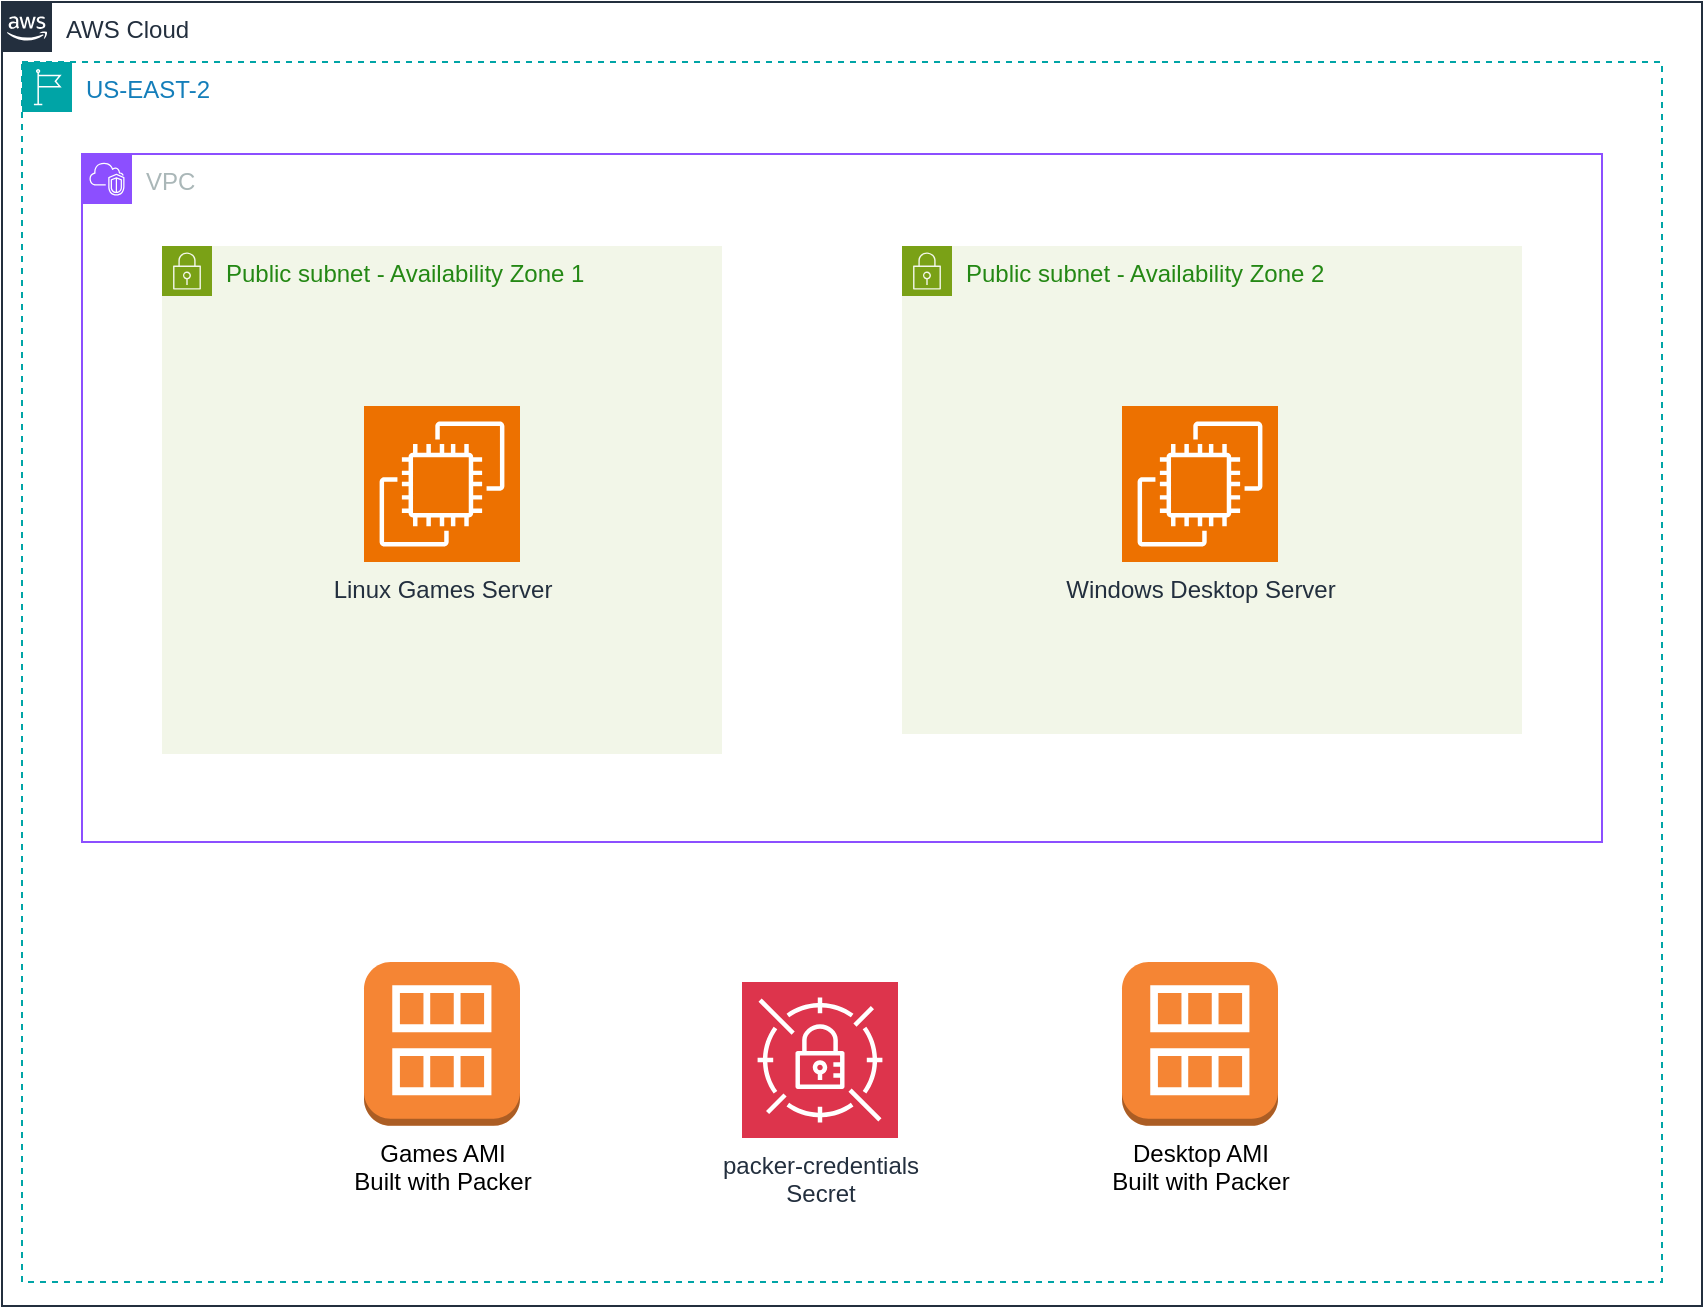
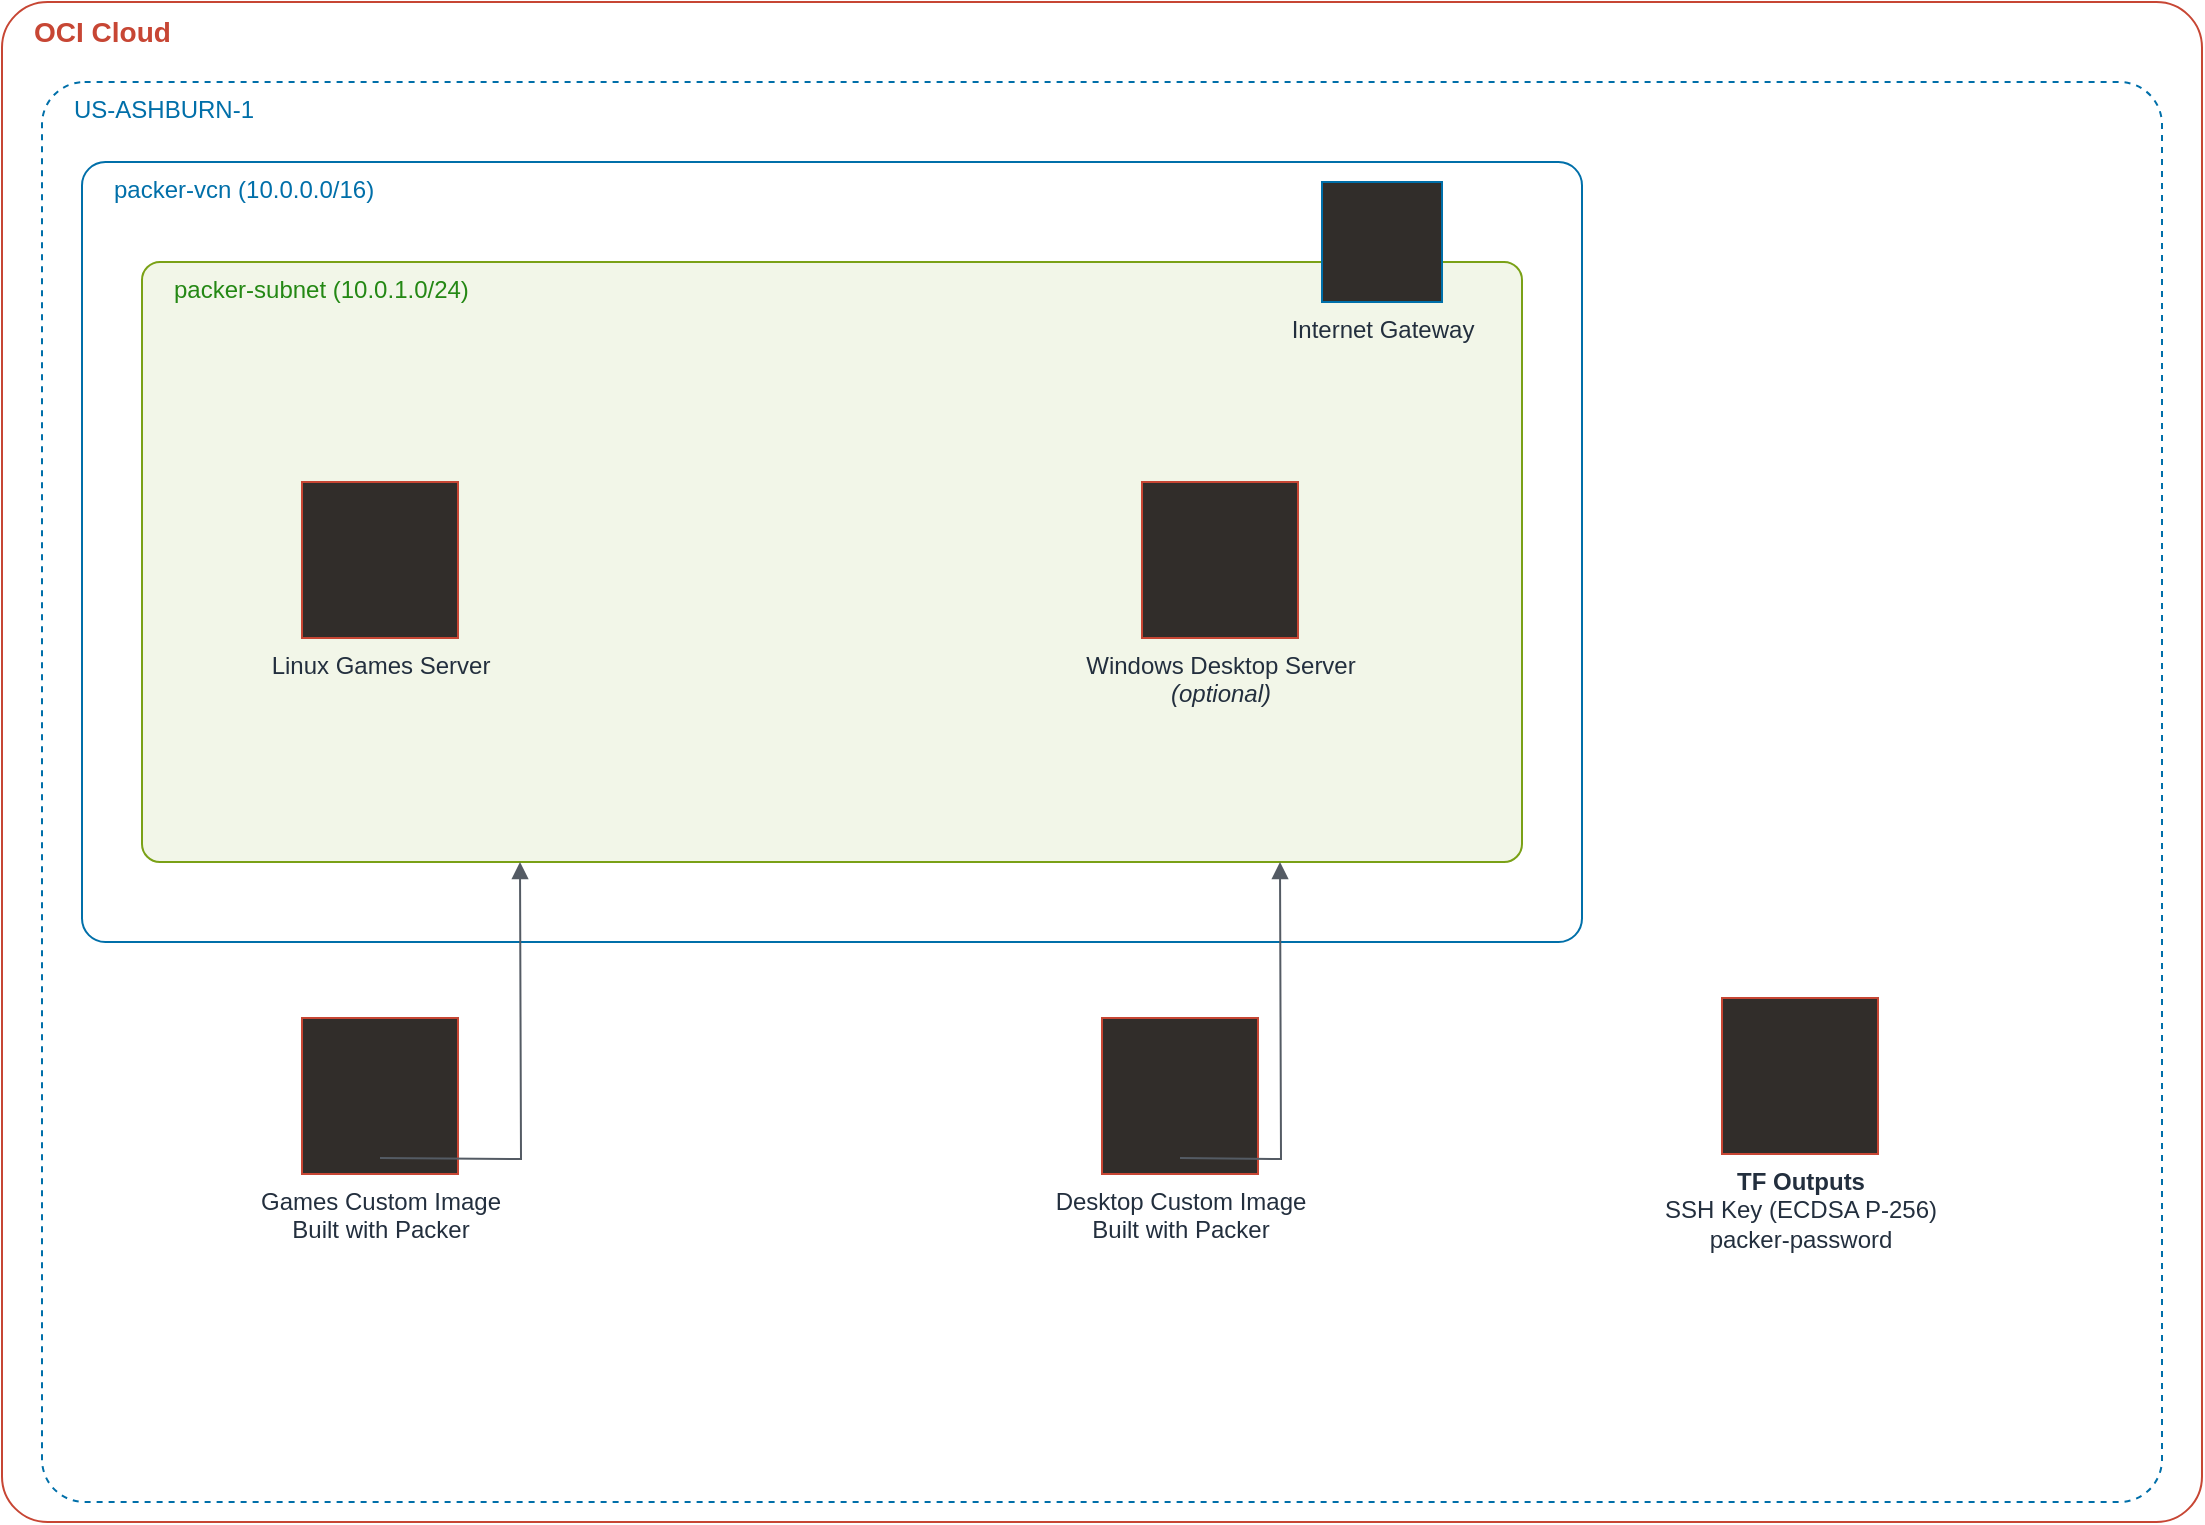
<mxfile host="app.diagrams.net" agent="Mozilla/5.0 (Windows NT 10.0; Win64; x64) AppleWebKit/537.36 (KHTML, like Gecko) Chrome/135.0.0.0 Safari/537.36" version="26.2.9">
-   <diagram id="Ht1M8jgEwFfnCIfOTk4-" name="Page-1">
+   <diagram id="oci-packer-arch" name="Page-1">
    <mxGraphModel grid="1" page="1" gridSize="10" guides="1" tooltips="1" connect="1" arrows="1" fold="1" pageScale="1" pageWidth="1169" pageHeight="827" math="0" shadow="0">
      <root>
        <mxCell id="0" />
        <mxCell id="1" parent="0" />
-         <mxCell id="UEzPUAAOIrF-is8g5C7q-74" value="AWS Cloud" style="points=[[0,0],[0.25,0],[0.5,0],[0.75,0],[1,0],[1,0.25],[1,0.5],[1,0.75],[1,1],[0.75,1],[0.5,1],[0.25,1],[0,1],[0,0.75],[0,0.5],[0,0.25]];outlineConnect=0;gradientColor=none;html=1;whiteSpace=wrap;fontSize=12;fontStyle=0;shape=mxgraph.aws4.group;grIcon=mxgraph.aws4.group_aws_cloud_alt;strokeColor=#232F3E;fillColor=none;verticalAlign=top;align=left;spacingLeft=30;fontColor=#232F3E;dashed=0;labelBackgroundColor=#ffffff;container=1;pointerEvents=0;collapsible=0;recursiveResize=0;" vertex="1" parent="1">
-           <mxGeometry x="150" y="70" width="850" height="652" as="geometry" />
+ 
+         <!-- OCI Cloud outer container -->
+         <mxCell id="oci-cloud" value="OCI Cloud"
+           style="points=[[0,0],[0.25,0],[0.5,0],[0.75,0],[1,0],[1,0.25],[1,0.5],[1,0.75],[1,1],[0.75,1],[0.5,1],[0.25,1],[0,1],[0,0.75],[0,0.5],[0,0.25]];outlineConnect=0;gradientColor=none;html=1;whiteSpace=wrap;fontSize=14;fontStyle=1;strokeColor=#C74634;fillColor=none;verticalAlign=top;align=left;spacingLeft=14;fontColor=#C74634;dashed=0;labelBackgroundColor=#ffffff;rounded=1;arcSize=3;container=1;pointerEvents=0;collapsible=0;recursiveResize=0;"
+           vertex="1" parent="1">
+           <mxGeometry x="30" y="20" width="1100" height="760" as="geometry" />
        </mxCell>
-         <mxCell id="2To4Lg_6mNJgqHkVp9uK-2" value="US-EAST-2" style="points=[[0,0],[0.25,0],[0.5,0],[0.75,0],[1,0],[1,0.25],[1,0.5],[1,0.75],[1,1],[0.75,1],[0.5,1],[0.25,1],[0,1],[0,0.75],[0,0.5],[0,0.25]];outlineConnect=0;gradientColor=none;html=1;whiteSpace=wrap;fontSize=12;fontStyle=0;container=1;pointerEvents=0;collapsible=0;recursiveResize=0;shape=mxgraph.aws4.group;grIcon=mxgraph.aws4.group_region;strokeColor=#00A4A6;fillColor=none;verticalAlign=top;align=left;spacingLeft=30;fontColor=#147EBA;dashed=1;" vertex="1" parent="UEzPUAAOIrF-is8g5C7q-74">
-           <mxGeometry x="10" y="30" width="820" height="610" as="geometry" />
+ 
+         <!-- US-ASHBURN-1 Region -->
+         <mxCell id="region" value="US-ASHBURN-1"
+           style="points=[[0,0],[0.25,0],[0.5,0],[0.75,0],[1,0],[1,0.25],[1,0.5],[1,0.75],[1,1],[0.75,1],[0.5,1],[0.25,1],[0,1],[0,0.75],[0,0.5],[0,0.25]];outlineConnect=0;gradientColor=none;html=1;whiteSpace=wrap;fontSize=12;fontStyle=0;container=1;pointerEvents=0;collapsible=0;recursiveResize=0;strokeColor=#006FA9;fillColor=none;verticalAlign=top;align=left;spacingLeft=14;fontColor=#006FA9;dashed=1;rounded=1;arcSize=3;"
+           vertex="1" parent="oci-cloud">
+           <mxGeometry x="20" y="40" width="1060" height="710" as="geometry" />
        </mxCell>
-         <mxCell id="2To4Lg_6mNJgqHkVp9uK-8" value="VPC" style="points=[[0,0],[0.25,0],[0.5,0],[0.75,0],[1,0],[1,0.25],[1,0.5],[1,0.75],[1,1],[0.75,1],[0.5,1],[0.25,1],[0,1],[0,0.75],[0,0.5],[0,0.25]];outlineConnect=0;gradientColor=none;html=1;whiteSpace=wrap;fontSize=12;fontStyle=0;container=1;pointerEvents=0;collapsible=0;recursiveResize=0;shape=mxgraph.aws4.group;grIcon=mxgraph.aws4.group_vpc2;strokeColor=#8C4FFF;fillColor=none;verticalAlign=top;align=left;spacingLeft=30;fontColor=#AAB7B8;dashed=0;" vertex="1" parent="2To4Lg_6mNJgqHkVp9uK-2">
-           <mxGeometry x="30" y="46" width="760" height="344" as="geometry" />
+ 
+         <!-- VCN -->
+         <mxCell id="vcn" value="packer-vcn (10.0.0.0/16)"
+           style="points=[[0,0],[0.25,0],[0.5,0],[0.75,0],[1,0],[1,0.25],[1,0.5],[1,0.75],[1,1],[0.75,1],[0.5,1],[0.25,1],[0,1],[0,0.75],[0,0.5],[0,0.25]];outlineConnect=0;gradientColor=none;html=1;whiteSpace=wrap;fontSize=12;fontStyle=0;container=1;pointerEvents=0;collapsible=0;recursiveResize=0;strokeColor=#006FA9;fillColor=none;verticalAlign=top;align=left;spacingLeft=14;fontColor=#006FA9;dashed=0;rounded=1;arcSize=3;"
+           vertex="1" parent="region">
+           <mxGeometry x="20" y="40" width="750" height="390" as="geometry" />
        </mxCell>
-         <mxCell id="13weGnRw3KF9OVIM_wBC-1" value="Public subnet - Availability Zone 1" style="points=[[0,0],[0.25,0],[0.5,0],[0.75,0],[1,0],[1,0.25],[1,0.5],[1,0.75],[1,1],[0.75,1],[0.5,1],[0.25,1],[0,1],[0,0.75],[0,0.5],[0,0.25]];outlineConnect=0;gradientColor=none;html=1;whiteSpace=wrap;fontSize=12;fontStyle=0;container=1;pointerEvents=0;collapsible=0;recursiveResize=0;shape=mxgraph.aws4.group;grIcon=mxgraph.aws4.group_security_group;grStroke=0;strokeColor=#7AA116;fillColor=#F2F6E8;verticalAlign=top;align=left;spacingLeft=30;fontColor=#248814;dashed=0;" vertex="1" parent="2To4Lg_6mNJgqHkVp9uK-8">
-           <mxGeometry x="40" y="46" width="280" height="254" as="geometry" />
+ 
+         <!-- packer-subnet -->
+         <mxCell id="subnet" value="packer-subnet (10.0.1.0/24)"
+           style="points=[[0,0],[0.25,0],[0.5,0],[0.75,0],[1,0],[1,0.25],[1,0.5],[1,0.75],[1,1],[0.75,1],[0.5,1],[0.25,1],[0,1],[0,0.75],[0,0.5],[0,0.25]];outlineConnect=0;gradientColor=none;html=1;whiteSpace=wrap;fontSize=12;fontStyle=0;container=1;pointerEvents=0;collapsible=0;recursiveResize=0;strokeColor=#7AA116;fillColor=#F2F6E8;verticalAlign=top;align=left;spacingLeft=14;fontColor=#248814;dashed=0;rounded=1;arcSize=3;"
+           vertex="1" parent="vcn">
+           <mxGeometry x="30" y="50" width="690" height="300" as="geometry" />
        </mxCell>
-         <mxCell id="13weGnRw3KF9OVIM_wBC-38" value="Linux Games Server" style="sketch=0;points=[[0,0,0],[0.25,0,0],[0.5,0,0],[0.75,0,0],[1,0,0],[0,1,0],[0.25,1,0],[0.5,1,0],[0.75,1,0],[1,1,0],[0,0.25,0],[0,0.5,0],[0,0.75,0],[1,0.25,0],[1,0.5,0],[1,0.75,0]];outlineConnect=0;fontColor=#232F3E;fillColor=#ED7100;strokeColor=#ffffff;dashed=0;verticalLabelPosition=bottom;verticalAlign=top;align=center;html=1;fontSize=12;fontStyle=0;aspect=fixed;shape=mxgraph.aws4.resourceIcon;resIcon=mxgraph.aws4.ec2;" vertex="1" parent="13weGnRw3KF9OVIM_wBC-1">
-           <mxGeometry x="101" y="80" width="78" height="78" as="geometry" />
+ 
+         <!-- Linux Games Server -->
+         <mxCell id="games-vm" value="Linux Games Server"
+           style="shape=mxgraph.oracle.compute.vm_instance;sketch=0;html=1;aspect=fixed;outlineConnect=0;fillColor=#312D2A;strokeColor=#C74634;fontColor=#232F3E;verticalLabelPosition=bottom;verticalAlign=top;align=center;fontSize=12;fontStyle=0;"
+           vertex="1" parent="subnet">
+           <mxGeometry x="80" y="110" width="78" height="78" as="geometry" />
        </mxCell>
-         <mxCell id="13weGnRw3KF9OVIM_wBC-36" value="Public subnet - Availability Zone 2" style="points=[[0,0],[0.25,0],[0.5,0],[0.75,0],[1,0],[1,0.25],[1,0.5],[1,0.75],[1,1],[0.75,1],[0.5,1],[0.25,1],[0,1],[0,0.75],[0,0.5],[0,0.25]];outlineConnect=0;gradientColor=none;html=1;whiteSpace=wrap;fontSize=12;fontStyle=0;container=1;pointerEvents=0;collapsible=0;recursiveResize=0;shape=mxgraph.aws4.group;grIcon=mxgraph.aws4.group_security_group;grStroke=0;strokeColor=#7AA116;fillColor=#F2F6E8;verticalAlign=top;align=left;spacingLeft=30;fontColor=#248814;dashed=0;" vertex="1" parent="2To4Lg_6mNJgqHkVp9uK-8">
-           <mxGeometry x="410" y="46" width="310" height="244" as="geometry" />
+ 
+         <!-- Windows Desktop Server (optional) -->
+         <mxCell id="win-vm" value="Windows Desktop Server&lt;div&gt;&lt;i&gt;(optional)&lt;/i&gt;&lt;/div&gt;"
+           style="shape=mxgraph.oracle.compute.vm_instance;sketch=0;html=1;aspect=fixed;outlineConnect=0;fillColor=#312D2A;strokeColor=#C74634;fontColor=#232F3E;verticalLabelPosition=bottom;verticalAlign=top;align=center;fontSize=12;fontStyle=0;"
+           vertex="1" parent="subnet">
+           <mxGeometry x="500" y="110" width="78" height="78" as="geometry" />
        </mxCell>
-         <mxCell id="13weGnRw3KF9OVIM_wBC-39" value="Windows Desktop Server" style="sketch=0;points=[[0,0,0],[0.25,0,0],[0.5,0,0],[0.75,0,0],[1,0,0],[0,1,0],[0.25,1,0],[0.5,1,0],[0.75,1,0],[1,1,0],[0,0.25,0],[0,0.5,0],[0,0.75,0],[1,0.25,0],[1,0.5,0],[1,0.75,0]];outlineConnect=0;fontColor=#232F3E;fillColor=#ED7100;strokeColor=#ffffff;dashed=0;verticalLabelPosition=bottom;verticalAlign=top;align=center;html=1;fontSize=12;fontStyle=0;aspect=fixed;shape=mxgraph.aws4.resourceIcon;resIcon=mxgraph.aws4.ec2;" vertex="1" parent="13weGnRw3KF9OVIM_wBC-36">
-           <mxGeometry x="110" y="80" width="78" height="78" as="geometry" />
+ 
+         <!-- Internet Gateway (inside VCN, top-right) -->
+         <mxCell id="igw" value="Internet Gateway"
+           style="shape=mxgraph.oracle.networking.internet_gateway;sketch=0;html=1;aspect=fixed;outlineConnect=0;fillColor=#312D2A;strokeColor=#006FA9;fontColor=#232F3E;verticalLabelPosition=bottom;verticalAlign=top;align=center;fontSize=12;fontStyle=0;"
+           vertex="1" parent="vcn">
+           <mxGeometry x="620" y="10" width="60" height="60" as="geometry" />
        </mxCell>
-         <mxCell id="13weGnRw3KF9OVIM_wBC-40" value="Games AMI&lt;div&gt;Built with Packer&lt;/div&gt;" style="outlineConnect=0;dashed=0;verticalLabelPosition=bottom;verticalAlign=top;align=center;html=1;shape=mxgraph.aws3.ami;fillColor=#F58534;gradientColor=none;aspect=fixed;" vertex="1" parent="2To4Lg_6mNJgqHkVp9uK-2">
-           <mxGeometry x="171" y="450" width="78" height="81.9" as="geometry" />
+ 
+         <!-- Games Custom Image (below VCN, in region) -->
+         <mxCell id="games-img" value="Games Custom Image&lt;div&gt;Built with Packer&lt;/div&gt;"
+           style="shape=mxgraph.oracle.storage.custom_image;sketch=0;html=1;aspect=fixed;outlineConnect=0;fillColor=#312D2A;strokeColor=#C74634;fontColor=#232F3E;verticalLabelPosition=bottom;verticalAlign=top;align=center;fontSize=12;fontStyle=0;"
+           vertex="1" parent="region">
+           <mxGeometry x="130" y="468" width="78" height="78" as="geometry" />
        </mxCell>
-         <mxCell id="13weGnRw3KF9OVIM_wBC-41" value="Desktop AMI&lt;div&gt;Built with Packer&lt;/div&gt;" style="outlineConnect=0;dashed=0;verticalLabelPosition=bottom;verticalAlign=top;align=center;html=1;shape=mxgraph.aws3.ami;fillColor=#F58534;gradientColor=none;aspect=fixed;" vertex="1" parent="2To4Lg_6mNJgqHkVp9uK-2">
-           <mxGeometry x="550" y="450" width="78" height="81.9" as="geometry" />
+ 
+         <!-- Desktop Custom Image (below VCN, in region) -->
+         <mxCell id="desktop-img" value="Desktop Custom Image&lt;div&gt;Built with Packer&lt;/div&gt;"
+           style="shape=mxgraph.oracle.storage.custom_image;sketch=0;html=1;aspect=fixed;outlineConnect=0;fillColor=#312D2A;strokeColor=#C74634;fontColor=#232F3E;verticalLabelPosition=bottom;verticalAlign=top;align=center;fontSize=12;fontStyle=0;"
+           vertex="1" parent="region">
+           <mxGeometry x="530" y="468" width="78" height="78" as="geometry" />
        </mxCell>
-         <mxCell id="13weGnRw3KF9OVIM_wBC-42" value="packer-credentials&lt;div&gt;Secret&lt;/div&gt;" style="sketch=0;points=[[0,0,0],[0.25,0,0],[0.5,0,0],[0.75,0,0],[1,0,0],[0,1,0],[0.25,1,0],[0.5,1,0],[0.75,1,0],[1,1,0],[0,0.25,0],[0,0.5,0],[0,0.75,0],[1,0.25,0],[1,0.5,0],[1,0.75,0]];outlineConnect=0;fontColor=#232F3E;fillColor=#DD344C;strokeColor=#ffffff;dashed=0;verticalLabelPosition=bottom;verticalAlign=top;align=center;html=1;fontSize=12;fontStyle=0;aspect=fixed;shape=mxgraph.aws4.resourceIcon;resIcon=mxgraph.aws4.secrets_manager;" vertex="1" parent="2To4Lg_6mNJgqHkVp9uK-2">
-           <mxGeometry x="360" y="460" width="78" height="78" as="geometry" />
+ 
+         <!-- TF Outputs: SSH Key + packer-password -->
+         <mxCell id="tf-outputs" value="&lt;b&gt;TF Outputs&lt;/b&gt;&lt;div&gt;SSH Key (ECDSA P-256)&lt;/div&gt;&lt;div&gt;packer-password&lt;/div&gt;"
+           style="shape=mxgraph.oracle.security.key_management;sketch=0;html=1;aspect=fixed;outlineConnect=0;fillColor=#312D2A;strokeColor=#C74634;fontColor=#232F3E;verticalLabelPosition=bottom;verticalAlign=top;align=center;fontSize=12;fontStyle=0;"
+           vertex="1" parent="region">
+           <mxGeometry x="840" y="458" width="78" height="78" as="geometry" />
        </mxCell>
-         <mxCell id="13weGnRw3KF9OVIM_wBC-37" style="edgeStyle=orthogonalEdgeStyle;rounded=0;orthogonalLoop=1;jettySize=auto;html=1;exitX=0.5;exitY=1;exitDx=0;exitDy=0;" edge="1" parent="UEzPUAAOIrF-is8g5C7q-74" source="2To4Lg_6mNJgqHkVp9uK-2" target="2To4Lg_6mNJgqHkVp9uK-2">
-           <mxGeometry relative="1" as="geometry" />
-         </mxCell>
-         <mxCell id="2To4Lg_6mNJgqHkVp9uK-46" value="" style="edgeStyle=orthogonalEdgeStyle;html=1;endArrow=block;elbow=vertical;startArrow=block;startFill=1;endFill=1;strokeColor=#545B64;rounded=0;" edge="1" parent="1">
-           <mxGeometry width="100" relative="1" as="geometry">
-             <mxPoint x="630" y="380" as="sourcePoint" />
-             <mxPoint x="630" y="380" as="targetPoint" />
+ 
+         <!-- Arrow: Games Custom Image → Linux Games Server
+              Absolute coords: img center ≈ (220, 600); vm center ≈ (290, 440) -->
+         <mxCell id="arrow-games-img" value="" style="edgeStyle=orthogonalEdgeStyle;html=1;endArrow=block;endFill=1;strokeColor=#545B64;rounded=0;" edge="1" parent="1">
+           <mxGeometry relative="1" as="geometry">
+             <mxPoint x="219" y="598" as="sourcePoint" />
+             <mxPoint x="289" y="450" as="targetPoint" />
          </mxGeometry>
        </mxCell>
+ 
+         <!-- Arrow: Desktop Custom Image → Windows Desktop Server
+              Absolute coords: img center ≈ (619, 600); vm center ≈ (669, 440) -->
+         <mxCell id="arrow-win-img" value="" style="edgeStyle=orthogonalEdgeStyle;html=1;endArrow=block;endFill=1;strokeColor=#545B64;rounded=0;" edge="1" parent="1">
+           <mxGeometry relative="1" as="geometry">
+             <mxPoint x="619" y="598" as="sourcePoint" />
+             <mxPoint x="669" y="450" as="targetPoint" />
+           </mxGeometry>
+         </mxCell>
+ 
      </root>
    </mxGraphModel>
  </diagram>
</mxfile>
